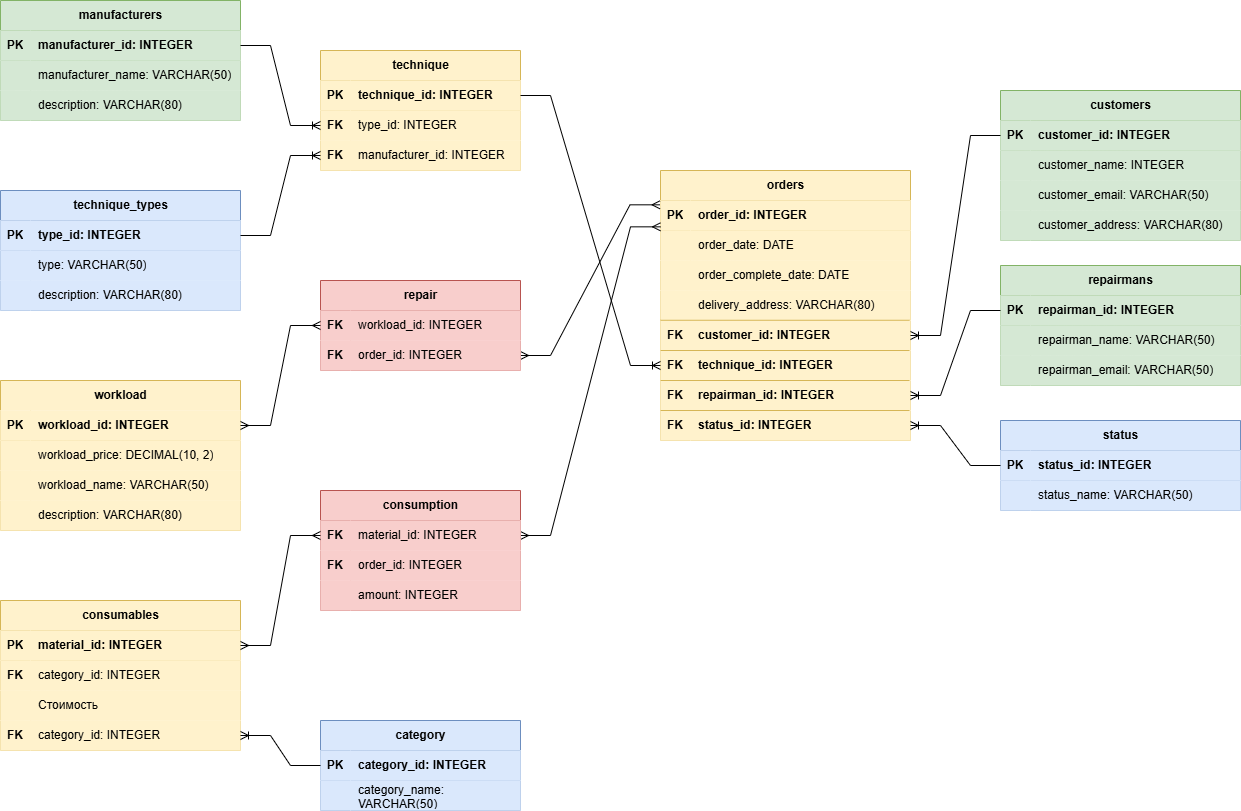
idBulenkoIvan/database_design keeps this draw.io diagram as physical.png. Above is the earlier version. Source tidied: cells renumbered, new cells last; positions are measured from the earlier drawing's top-left corner, leaving out a move shared by most shapes.
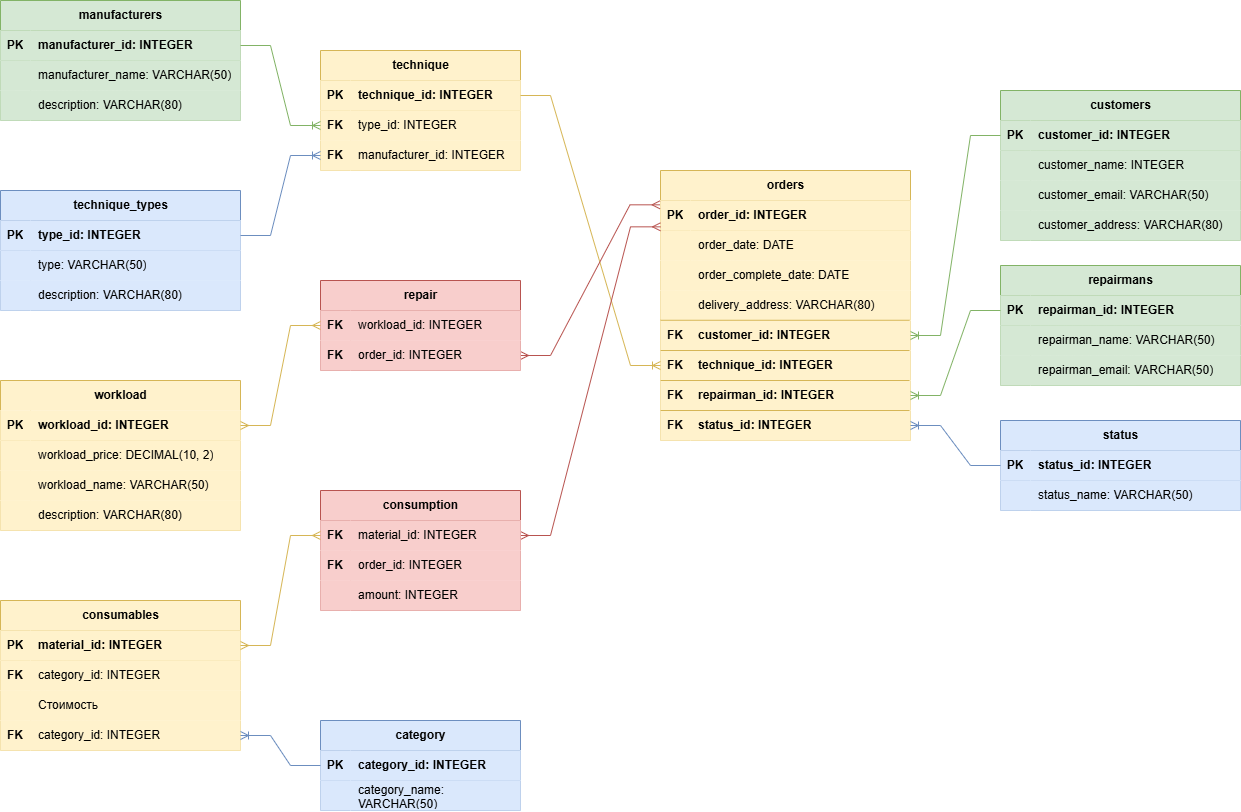
After the commit.

What changed in the source:
```diff
@@ -173,13 +173,13 @@
     <mxCell id="57" value="status_name: VARCHAR(50)" style="shape=partialRectangle;fillColor=#dae8fc;top=0;left=0;bottom=0;right=0;align=left;spacingLeft=6;overflow=hidden;whiteSpace=wrap;html=1;strokeColor=#6c8ebf;" parent="55" vertex="1">
       <mxGeometry x="30" width="210" height="30" as="geometry" />
     </mxCell>
-    <mxCell id="58" style="edgeStyle=entityRelationEdgeStyle;fontSize=12;html=1;endArrow=ERoneToMany;rounded=0;entryX=1;entryY=0.5;entryDx=0;entryDy=0;exitX=0;exitY=0.5;exitDx=0;exitDy=0;" parent="1" edge="1" source="52" target="24">
+    <mxCell id="58" style="edgeStyle=entityRelationEdgeStyle;fontSize=12;html=1;endArrow=ERoneToMany;rounded=0;entryX=1;entryY=0.5;entryDx=0;entryDy=0;exitX=0;exitY=0.5;exitDx=0;exitDy=0;fillColor=#dae8fc;strokeColor=#6c8ebf;" parent="1" edge="1" source="52" target="24">
       <mxGeometry relative="1" as="geometry" />
     </mxCell>
-    <mxCell id="59" style="edgeStyle=entityRelationEdgeStyle;fontSize=12;html=1;endArrow=ERoneToMany;rounded=0;exitX=0;exitY=0.5;exitDx=0;exitDy=0;entryX=1;entryY=0.5;entryDx=0;entryDy=0;" parent="1" edge="1" source="29" target="15">
+    <mxCell id="59" style="edgeStyle=entityRelationEdgeStyle;fontSize=12;html=1;endArrow=ERoneToMany;rounded=0;exitX=0;exitY=0.5;exitDx=0;exitDy=0;entryX=1;entryY=0.5;entryDx=0;entryDy=0;fillColor=#d5e8d4;strokeColor=#82b366;" parent="1" edge="1" source="29" target="15">
       <mxGeometry relative="1" as="geometry" />
     </mxCell>
-    <mxCell id="60" style="edgeStyle=entityRelationEdgeStyle;fontSize=12;html=1;endArrow=ERoneToMany;rounded=0;exitX=0;exitY=0.5;exitDx=0;exitDy=0;entryX=1;entryY=0.5;entryDx=0;entryDy=0;" parent="1" edge="1" source="42" target="21">
+    <mxCell id="60" style="edgeStyle=entityRelationEdgeStyle;fontSize=12;html=1;endArrow=ERoneToMany;rounded=0;exitX=0;exitY=0.5;exitDx=0;exitDy=0;entryX=1;entryY=0.5;entryDx=0;entryDy=0;fillColor=#d5e8d4;strokeColor=#82b366;" parent="1" edge="1" source="42" target="21">
       <mxGeometry relative="1" as="geometry" />
     </mxCell>
     <mxCell id="61" value="technique" style="shape=table;startSize=30;rowLines=0;fontStyle=1;align=center;html=1;rounded=0;fillColor=#fff2cc;strokeColor=#d6b656;" parent="1" vertex="1">
@@ -212,7 +212,7 @@
     <mxCell id="70" value="manufacturer_id: INTEGER" style="shape=partialRectangle;fillColor=#fff2cc;top=0;left=0;bottom=0;right=0;align=left;spacingLeft=6;overflow=hidden;whiteSpace=wrap;html=1;strokeColor=#d6b656;" parent="68" vertex="1">
       <mxGeometry x="30" width="170" height="30" as="geometry" />
     </mxCell>
-    <mxCell id="71" style="edgeStyle=entityRelationEdgeStyle;fontSize=12;html=1;endArrow=ERoneToMany;rounded=0;exitX=1;exitY=0.5;exitDx=0;exitDy=0;entryX=0;entryY=0.5;entryDx=0;entryDy=0;" parent="1" edge="1" source="62" target="18">
+    <mxCell id="71" style="edgeStyle=entityRelationEdgeStyle;fontSize=12;html=1;endArrow=ERoneToMany;rounded=0;exitX=1;exitY=0.5;exitDx=0;exitDy=0;entryX=0;entryY=0.5;entryDx=0;entryDy=0;fillColor=#fff2cc;strokeColor=#d6b656;" parent="1" edge="1" source="62" target="18">
       <mxGeometry relative="1" as="geometry" />
     </mxCell>
     <mxCell id="72" value="manufacturers" style="shape=table;startSize=30;rowLines=0;fontStyle=1;align=center;html=1;rounded=0;shadow=0;strokeWidth=1;perimeterSpacing=0;swimlaneLine=1;fillColor=#d5e8d4;strokeColor=#82b366;" parent="1" vertex="1">
@@ -245,7 +245,7 @@
     <mxCell id="81" value="description: VARCHAR(80)" style="shape=partialRectangle;fillColor=#d5e8d4;top=0;left=0;bottom=0;right=0;align=left;spacingLeft=6;overflow=hidden;whiteSpace=wrap;html=1;swimlaneLine=1;strokeColor=#82b366;" parent="79" vertex="1">
       <mxGeometry x="30" width="210" height="30" as="geometry" />
     </mxCell>
-    <mxCell id="82" style="edgeStyle=entityRelationEdgeStyle;fontSize=12;html=1;endArrow=ERoneToMany;rounded=0;exitX=1;exitY=0.5;exitDx=0;exitDy=0;entryX=0;entryY=0.5;entryDx=0;entryDy=0;" parent="1" edge="1" source="73" target="65">
+    <mxCell id="82" style="edgeStyle=entityRelationEdgeStyle;fontSize=12;html=1;endArrow=ERoneToMany;rounded=0;exitX=1;exitY=0.5;exitDx=0;exitDy=0;entryX=0;entryY=0.5;entryDx=0;entryDy=0;fillColor=#d5e8d4;strokeColor=#82b366;" parent="1" edge="1" source="73" target="65">
       <mxGeometry relative="1" as="geometry" />
     </mxCell>
     <mxCell id="83" value="technique_types" style="shape=table;startSize=30;rowLines=0;fontStyle=1;align=center;html=1;rounded=0;fillColor=#dae8fc;strokeColor=#6c8ebf;" parent="1" vertex="1">
@@ -278,10 +278,10 @@
     <mxCell id="92" value="description: VARCHAR(80)" style="shape=partialRectangle;fillColor=#dae8fc;top=0;left=0;bottom=0;right=0;align=left;spacingLeft=6;overflow=hidden;whiteSpace=wrap;html=1;strokeColor=#6c8ebf;" parent="90" vertex="1">
       <mxGeometry x="30" width="210" height="30" as="geometry" />
     </mxCell>
-    <mxCell id="93" style="edgeStyle=entityRelationEdgeStyle;fontSize=12;html=1;endArrow=ERoneToMany;rounded=0;exitX=1;exitY=0.5;exitDx=0;exitDy=0;entryX=0;entryY=0.5;entryDx=0;entryDy=0;" parent="1" edge="1" source="84" target="68">
+    <mxCell id="93" style="edgeStyle=entityRelationEdgeStyle;fontSize=12;html=1;endArrow=ERoneToMany;rounded=0;exitX=1;exitY=0.5;exitDx=0;exitDy=0;entryX=0;entryY=0.5;entryDx=0;entryDy=0;fillColor=#dae8fc;strokeColor=#6c8ebf;" parent="1" edge="1" source="84" target="68">
       <mxGeometry relative="1" as="geometry" />
     </mxCell>
-    <mxCell id="94" style="edgeStyle=entityRelationEdgeStyle;fontSize=12;html=1;endArrow=ERmany;startArrow=ERmany;rounded=0;entryX=-0.002;entryY=0.144;entryDx=0;entryDy=0;entryPerimeter=0;exitX=1;exitY=0.5;exitDx=0;exitDy=0;" parent="1" edge="1" source="134" target="3">
+    <mxCell id="94" style="edgeStyle=entityRelationEdgeStyle;fontSize=12;html=1;endArrow=ERmany;startArrow=ERmany;rounded=0;entryX=-0.002;entryY=0.144;entryDx=0;entryDy=0;entryPerimeter=0;exitX=1;exitY=0.5;exitDx=0;exitDy=0;fillColor=#f8cecc;strokeColor=#b85450;" parent="1" edge="1" source="134" target="3">
       <mxGeometry relative="1" as="geometry" />
     </mxCell>
     <mxCell id="95" value="workload" style="shape=table;startSize=30;rowLines=0;fontStyle=1;align=center;html=1;rounded=0;swimlaneLine=0;fillColor=#fff2cc;strokeColor=#d6b656;" parent="1" vertex="1">
@@ -383,10 +383,10 @@
     <mxCell id="127" value="category_name: VARCHAR(50)" style="shape=partialRectangle;fillColor=#dae8fc;top=0;left=0;bottom=0;right=0;align=left;spacingLeft=6;overflow=hidden;whiteSpace=wrap;html=1;strokeColor=#6c8ebf;" parent="125" vertex="1">
       <mxGeometry x="30" width="170" height="30" as="geometry" />
     </mxCell>
-    <mxCell id="128" style="edgeStyle=entityRelationEdgeStyle;fontSize=12;html=1;endArrow=ERoneToMany;rounded=0;exitX=0;exitY=0.5;exitDx=0;exitDy=0;entryX=1;entryY=0.5;entryDx=0;entryDy=0;" parent="1" edge="1" source="122" target="118">
+    <mxCell id="128" style="edgeStyle=entityRelationEdgeStyle;fontSize=12;html=1;endArrow=ERoneToMany;rounded=0;exitX=0;exitY=0.5;exitDx=0;exitDy=0;entryX=1;entryY=0.5;entryDx=0;entryDy=0;fillColor=#dae8fc;strokeColor=#6c8ebf;" parent="1" edge="1" source="122" target="118">
       <mxGeometry relative="1" as="geometry" />
     </mxCell>
-    <mxCell id="129" style="edgeStyle=entityRelationEdgeStyle;fontSize=12;html=1;endArrow=ERmany;startArrow=ERmany;rounded=0;exitX=1;exitY=0.5;exitDx=0;exitDy=0;entryX=0;entryY=0.878;entryDx=0;entryDy=0;entryPerimeter=0;" parent="1" edge="1" source="139" target="3">
+    <mxCell id="129" style="edgeStyle=entityRelationEdgeStyle;fontSize=12;html=1;endArrow=ERmany;startArrow=ERmany;rounded=0;exitX=1;exitY=0.5;exitDx=0;exitDy=0;entryX=0;entryY=0.878;entryDx=0;entryDy=0;entryPerimeter=0;fillColor=#f8cecc;strokeColor=#b85450;" parent="1" edge="1" source="139" target="3">
       <mxGeometry relative="1" as="geometry" />
     </mxCell>
     <mxCell id="130" value="repair" style="shape=table;startSize=30;rowLines=0;fontStyle=1;align=center;html=1;rounded=0;fillColor=#f8cecc;strokeColor=#b85450;" parent="1" vertex="1">
@@ -410,7 +410,7 @@
     <mxCell id="136" value="order_id: INTEGER" style="shape=partialRectangle;fillColor=#f8cecc;top=0;left=0;bottom=0;right=0;align=left;spacingLeft=6;overflow=hidden;whiteSpace=wrap;html=1;strokeColor=#b85450;" parent="134" vertex="1">
       <mxGeometry x="30" width="170" height="30" as="geometry" />
     </mxCell>
-    <mxCell id="137" style="edgeStyle=entityRelationEdgeStyle;fontSize=12;html=1;endArrow=ERmany;startArrow=ERmany;rounded=0;entryX=0;entryY=0.5;entryDx=0;entryDy=0;exitX=1;exitY=0.5;exitDx=0;exitDy=0;" parent="1" edge="1" source="96" target="131">
+    <mxCell id="137" style="edgeStyle=entityRelationEdgeStyle;fontSize=12;html=1;endArrow=ERmany;startArrow=ERmany;rounded=0;entryX=0;entryY=0.5;entryDx=0;entryDy=0;exitX=1;exitY=0.5;exitDx=0;exitDy=0;fillColor=#fff2cc;strokeColor=#d6b656;" parent="1" edge="1" source="96" target="131">
       <mxGeometry relative="1" as="geometry" />
     </mxCell>
     <mxCell id="138" value="consumption" style="shape=table;startSize=30;rowLines=0;fontStyle=1;align=center;html=1;rounded=0;fillColor=#f8cecc;strokeColor=#b85450;" parent="1" vertex="1">
@@ -443,7 +443,7 @@
     <mxCell id="147" value="amount: INTEGER" style="shape=partialRectangle;fillColor=#f8cecc;top=0;left=0;bottom=0;right=0;align=left;spacingLeft=6;overflow=hidden;whiteSpace=wrap;html=1;strokeColor=#b85450;" parent="145" vertex="1">
       <mxGeometry x="30" width="170" height="30" as="geometry" />
     </mxCell>
-    <mxCell id="148" style="edgeStyle=entityRelationEdgeStyle;fontSize=12;html=1;endArrow=ERmany;startArrow=ERmany;rounded=0;exitX=0;exitY=0.5;exitDx=0;exitDy=0;entryX=1;entryY=0.5;entryDx=0;entryDy=0;" parent="1" edge="1" source="139" target="109">
+    <mxCell id="148" style="edgeStyle=entityRelationEdgeStyle;fontSize=12;html=1;endArrow=ERmany;startArrow=ERmany;rounded=0;exitX=0;exitY=0.5;exitDx=0;exitDy=0;entryX=1;entryY=0.5;entryDx=0;entryDy=0;fillColor=#fff2cc;strokeColor=#d6b656;" parent="1" edge="1" source="139" target="109">
       <mxGeometry relative="1" as="geometry" />
     </mxCell>
     <mxCell id="149" style="endArrow=none;html=1;rounded=0;entryX=0.996;entryY=1;entryDx=0;entryDy=0;entryPerimeter=0;fillColor=#fff2cc;strokeColor=#d6b656;" parent="1" edge="1">
```
